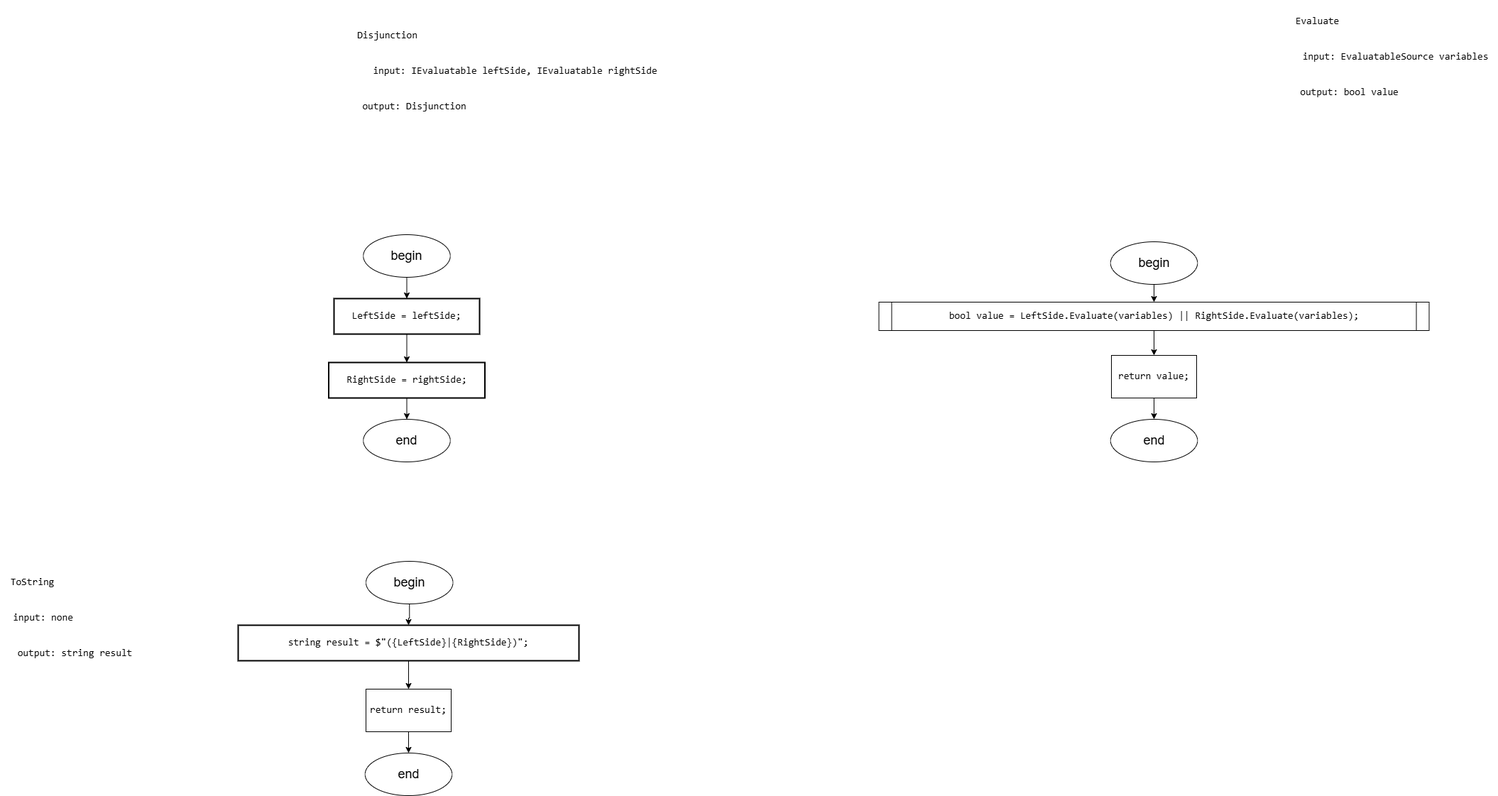
slavikovics/FictionalVariables keeps this draw.io diagram as Diagrams/images/Disjunction.drawio.png. Above is the earlier version. Source tidied: cells renumbered, new cells last; positions are measured from the earlier drawing's top-left corner, leaving out a move shared by most shapes.
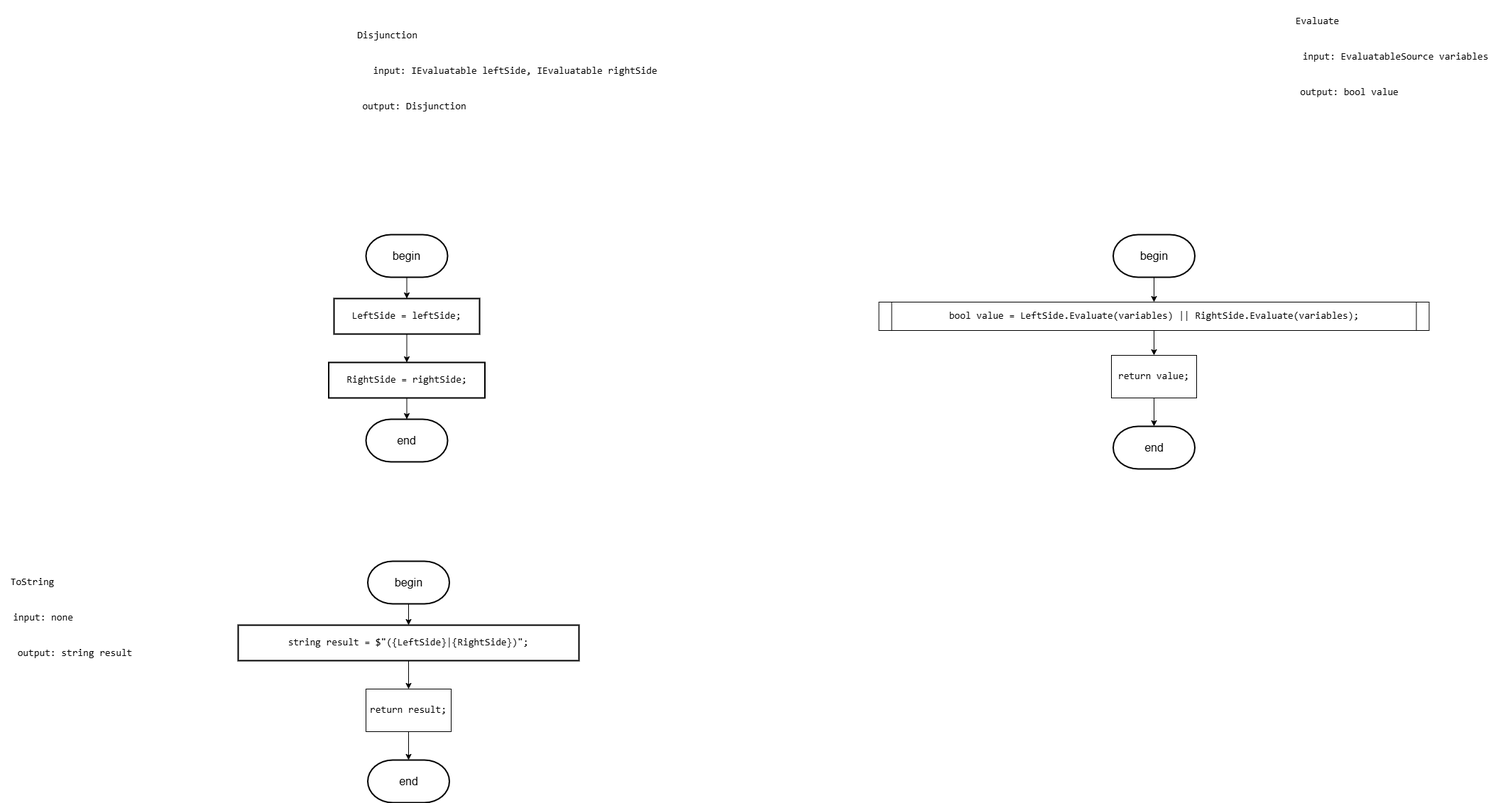
After the change.

What changed in the source:
```diff
@@ -11,9 +11,6 @@
     <mxCell id="4" value="&lt;div style=&quot;&quot;&gt;&lt;pre style=&quot;font-family: &amp;quot;JetBrains Mono&amp;quot;, monospace;&quot;&gt;LeftSide = &lt;span style=&quot;&quot;&gt;leftSide&lt;/span&gt;;&lt;/pre&gt;&lt;/div&gt;" style="rounded=0;whiteSpace=wrap;html=1;absoluteArcSize=1;arcSize=14;strokeWidth=2;labelBackgroundColor=none;fontSize=14;fontColor=#000000;" parent="1" vertex="1">
       <mxGeometry x="470" y="420" width="205" height="50" as="geometry" />
     </mxCell>
-    <mxCell id="5" style="edgeStyle=orthogonalEdgeStyle;rounded=0;jettySize=auto;html=1;exitX=0.5;exitY=1;exitDx=0;exitDy=0;entryX=0.5;entryY=0;entryDx=0;entryDy=0;" parent="1" edge="1" source="6" target="29">
-      <mxGeometry relative="1" as="geometry" />
-    </mxCell>
     <mxCell id="6" value="&lt;div style=&quot;&quot;&gt;&lt;pre style=&quot;font-family: &amp;quot;JetBrains Mono&amp;quot;, monospace;&quot;&gt;&lt;div&gt;&lt;pre style=&quot;font-family: &amp;quot;JetBrains Mono&amp;quot;, monospace;&quot;&gt;RightSide = &lt;span style=&quot;&quot;&gt;rightSide&lt;/span&gt;;&lt;/pre&gt;&lt;/div&gt;&lt;/pre&gt;&lt;/div&gt;" style="rounded=0;whiteSpace=wrap;html=1;absoluteArcSize=1;arcSize=14;strokeWidth=2;labelBackgroundColor=none;fontSize=14;fontColor=#000000;" parent="1" vertex="1">
       <mxGeometry x="462.5" y="510" width="220" height="50" as="geometry" />
     </mxCell>
@@ -53,44 +50,47 @@
     <mxCell id="18" value="&lt;pre style=&quot;font-family: &amp;quot;JetBrains Mono&amp;quot;, monospace;&quot;&gt;&lt;span style=&quot;&quot;&gt;bool &lt;/span&gt;&lt;span style=&quot;&quot;&gt;value &lt;/span&gt;= LeftSide.&lt;span style=&quot;&quot;&gt;Evaluate&lt;/span&gt;(&lt;span style=&quot;&quot;&gt;variables&lt;/span&gt;) || RightSide.&lt;span style=&quot;&quot;&gt;Evaluate&lt;/span&gt;(&lt;span style=&quot;&quot;&gt;variables&lt;/span&gt;);&lt;/pre&gt;" style="shape=process;whiteSpace=wrap;html=1;backgroundOutline=1;size=0.022988505747126436;labelBackgroundColor=none;fontSize=14;fontColor=#000000;" parent="1" vertex="1">
       <mxGeometry x="1237.5" y="425" width="775" height="40" as="geometry" />
     </mxCell>
-    <mxCell id="19" style="edgeStyle=orthogonalEdgeStyle;rounded=0;jettySize=auto;html=1;exitX=0.5;exitY=1;exitDx=0;exitDy=0;entryX=0.5;entryY=0;entryDx=0;entryDy=0;" parent="1" edge="1" source="20" target="31">
-      <mxGeometry relative="1" as="geometry" />
-    </mxCell>
     <mxCell id="20" value="&lt;div style=&quot;&quot;&gt;&lt;pre style=&quot;font-family: &amp;quot;JetBrains Mono&amp;quot;, monospace;&quot;&gt;&lt;span style=&quot;&quot;&gt;return &lt;/span&gt;&lt;span style=&quot;&quot;&gt;result&lt;/span&gt;;&lt;/pre&gt;&lt;/div&gt;" style="rounded=0;whiteSpace=wrap;html=1;labelBackgroundColor=none;fontSize=14;fontColor=#000000;" parent="1" vertex="1">
       <mxGeometry x="515" y="970" width="120" height="60" as="geometry" />
     </mxCell>
-    <mxCell id="21" style="edgeStyle=orthogonalEdgeStyle;rounded=0;jettySize=auto;html=1;exitX=0.5;exitY=1;exitDx=0;exitDy=0;entryX=0.5;entryY=0;entryDx=0;entryDy=0;" parent="1" edge="1" source="22" target="30">
-      <mxGeometry relative="1" as="geometry" />
-    </mxCell>
     <mxCell id="22" value="&lt;div style=&quot;&quot;&gt;&lt;pre style=&quot;font-family: &amp;quot;JetBrains Mono&amp;quot;, monospace;&quot;&gt;&lt;span style=&quot;&quot;&gt;return &lt;/span&gt;&lt;span style=&quot;&quot;&gt;value&lt;/span&gt;;&lt;/pre&gt;&lt;/div&gt;" style="rounded=0;whiteSpace=wrap;html=1;labelBackgroundColor=none;fontSize=14;fontColor=#000000;" parent="1" vertex="1">
       <mxGeometry x="1565" y="500" width="120" height="60" as="geometry" />
     </mxCell>
-    <mxCell id="23" style="edgeStyle=orthogonalEdgeStyle;rounded=0;jettySize=auto;html=1;exitX=0.5;exitY=1;exitDx=0;exitDy=0;entryX=0.5;entryY=0;entryDx=0;entryDy=0;" parent="1" edge="1" source="24" target="4">
-      <mxGeometry relative="1" as="geometry" />
-    </mxCell>
-    <mxCell id="24" value="&lt;font style=&quot;font-size: 18px;&quot;&gt;begin&lt;/font&gt;" style="ellipse;whiteSpace=wrap;html=1;" parent="1" vertex="1">
-      <mxGeometry x="511.2" y="330" width="122.5" height="60" as="geometry" />
-    </mxCell>
-    <mxCell id="25" style="edgeStyle=orthogonalEdgeStyle;rounded=0;jettySize=auto;html=1;exitX=0.5;exitY=1;exitDx=0;exitDy=0;" parent="1" edge="1" source="26" target="14">
-      <mxGeometry relative="1" as="geometry" />
-    </mxCell>
-    <mxCell id="26" value="&lt;font style=&quot;font-size: 18px;&quot;&gt;begin&lt;/font&gt;" style="ellipse;whiteSpace=wrap;html=1;" parent="1" vertex="1">
-      <mxGeometry x="515" y="790" width="122.5" height="60" as="geometry" />
-    </mxCell>
-    <mxCell id="27" style="edgeStyle=orthogonalEdgeStyle;rounded=0;jettySize=auto;html=1;exitX=0.5;exitY=1;exitDx=0;exitDy=0;entryX=0.5;entryY=0;entryDx=0;entryDy=0;" parent="1" edge="1" source="28" target="18">
-      <mxGeometry relative="1" as="geometry" />
-    </mxCell>
-    <mxCell id="28" value="&lt;font style=&quot;font-size: 18px;&quot;&gt;begin&lt;/font&gt;" style="ellipse;whiteSpace=wrap;html=1;" parent="1" vertex="1">
-      <mxGeometry x="1563.8" y="340" width="122.5" height="60" as="geometry" />
-    </mxCell>
-    <mxCell id="29" value="&lt;font style=&quot;font-size: 18px;&quot;&gt;end&lt;/font&gt;" style="ellipse;whiteSpace=wrap;html=1;" parent="1" vertex="1">
-      <mxGeometry x="511.2" y="590" width="122.5" height="60" as="geometry" />
-    </mxCell>
-    <mxCell id="30" value="&lt;font style=&quot;font-size: 18px;&quot;&gt;end&lt;/font&gt;" style="ellipse;whiteSpace=wrap;html=1;" parent="1" vertex="1">
-      <mxGeometry x="1563.8" y="590" width="122.5" height="60" as="geometry" />
-    </mxCell>
-    <mxCell id="31" value="&lt;font style=&quot;font-size: 18px;&quot;&gt;end&lt;/font&gt;" style="ellipse;whiteSpace=wrap;html=1;" parent="1" vertex="1">
-      <mxGeometry x="513.8" y="1060" width="122.5" height="60" as="geometry" />
-    </mxCell>
+    <mxCell id="32" style="edgeStyle=orthogonalEdgeStyle;rounded=0;jettySize=auto;html=1;exitX=0.5;exitY=1;exitDx=0;exitDy=0;exitPerimeter=0;entryX=0.5;entryY=0;entryDx=0;entryDy=0;" parent="1" edge="1" source="33" target="4">
+      <mxGeometry relative="1" as="geometry" />
+    </mxCell>
+    <mxCell id="33" value="&lt;font style=&quot;font-size: 16px;&quot;&gt;begin&lt;/font&gt;" style="strokeWidth=2;html=1;shape=mxgraph.flowchart.terminator;whiteSpace=wrap;" parent="1" vertex="1">
+      <mxGeometry x="515" y="330" width="115" height="60" as="geometry" />
+    </mxCell>
+    <mxCell id="34" value="&lt;font style=&quot;font-size: 16px;&quot;&gt;end&lt;/font&gt;" style="strokeWidth=2;html=1;shape=mxgraph.flowchart.terminator;whiteSpace=wrap;" parent="1" vertex="1">
+      <mxGeometry x="515" y="590" width="115" height="60" as="geometry" />
+    </mxCell>
+    <mxCell id="35" style="edgeStyle=orthogonalEdgeStyle;rounded=0;jettySize=auto;html=1;exitX=0.5;exitY=1;exitDx=0;exitDy=0;entryX=0.5;entryY=0;entryDx=0;entryDy=0;entryPerimeter=0;" parent="1" edge="1" source="6" target="34">
+      <mxGeometry relative="1" as="geometry" />
+    </mxCell>
+    <mxCell id="36" style="edgeStyle=orthogonalEdgeStyle;rounded=0;jettySize=auto;html=1;exitX=0.5;exitY=1;exitDx=0;exitDy=0;exitPerimeter=0;entryX=0.5;entryY=0;entryDx=0;entryDy=0;" parent="1" edge="1" source="37" target="14">
+      <mxGeometry relative="1" as="geometry" />
+    </mxCell>
+    <mxCell id="37" value="&lt;font style=&quot;font-size: 16px;&quot;&gt;begin&lt;/font&gt;" style="strokeWidth=2;html=1;shape=mxgraph.flowchart.terminator;whiteSpace=wrap;" parent="1" vertex="1">
+      <mxGeometry x="517.5" y="790" width="115" height="60" as="geometry" />
+    </mxCell>
+    <mxCell id="38" value="&lt;font style=&quot;font-size: 16px;&quot;&gt;end&lt;/font&gt;" style="strokeWidth=2;html=1;shape=mxgraph.flowchart.terminator;whiteSpace=wrap;" parent="1" vertex="1">
+      <mxGeometry x="517.5" y="1070" width="115" height="60" as="geometry" />
+    </mxCell>
+    <mxCell id="39" style="edgeStyle=orthogonalEdgeStyle;rounded=0;jettySize=auto;html=1;exitX=0.5;exitY=1;exitDx=0;exitDy=0;entryX=0.5;entryY=0;entryDx=0;entryDy=0;entryPerimeter=0;" parent="1" edge="1" source="20" target="38">
+      <mxGeometry relative="1" as="geometry" />
+    </mxCell>
+    <mxCell id="40" style="edgeStyle=orthogonalEdgeStyle;rounded=0;jettySize=auto;html=1;exitX=0.5;exitY=1;exitDx=0;exitDy=0;exitPerimeter=0;entryX=0.5;entryY=0;entryDx=0;entryDy=0;" parent="1" edge="1" source="41" target="18">
+      <mxGeometry relative="1" as="geometry" />
+    </mxCell>
+    <mxCell id="41" value="&lt;font style=&quot;font-size: 16px;&quot;&gt;begin&lt;/font&gt;" style="strokeWidth=2;html=1;shape=mxgraph.flowchart.terminator;whiteSpace=wrap;" parent="1" vertex="1">
+      <mxGeometry x="1567.5" y="330" width="115" height="60" as="geometry" />
+    </mxCell>
+    <mxCell id="42" value="&lt;font style=&quot;font-size: 16px;&quot;&gt;end&lt;/font&gt;" style="strokeWidth=2;html=1;shape=mxgraph.flowchart.terminator;whiteSpace=wrap;" parent="1" vertex="1">
+      <mxGeometry x="1567.5" y="600" width="115" height="60" as="geometry" />
+    </mxCell>
+    <mxCell id="43" style="edgeStyle=orthogonalEdgeStyle;rounded=0;jettySize=auto;html=1;exitX=0.5;exitY=1;exitDx=0;exitDy=0;entryX=0.5;entryY=0;entryDx=0;entryDy=0;entryPerimeter=0;" parent="1" edge="1" source="22" target="42">
+      <mxGeometry relative="1" as="geometry" />
+    </mxCell>
   </root>
 </mxGraphModel>
```
